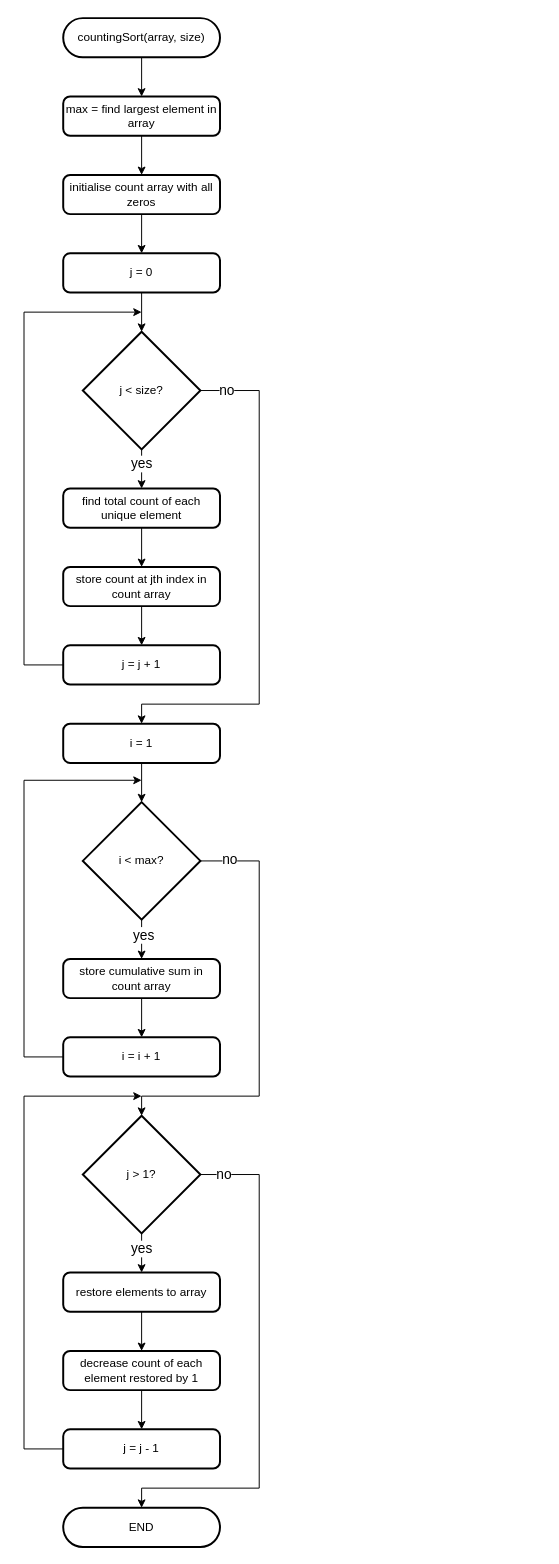
Earlier version of the draw.io diagram page "counting sort" (3 of 4) of flowcharts.drawio (whatusernameisleft/ds-assignment). Source tidied: cells renumbered, new cells numbered last; positions are measured from the earlier drawing's top-left corner, leaving out a move shared by most shapes. Both pictures are drawn from the tidied source at 98%, with x=0, y=0 at pixel (24, 18).
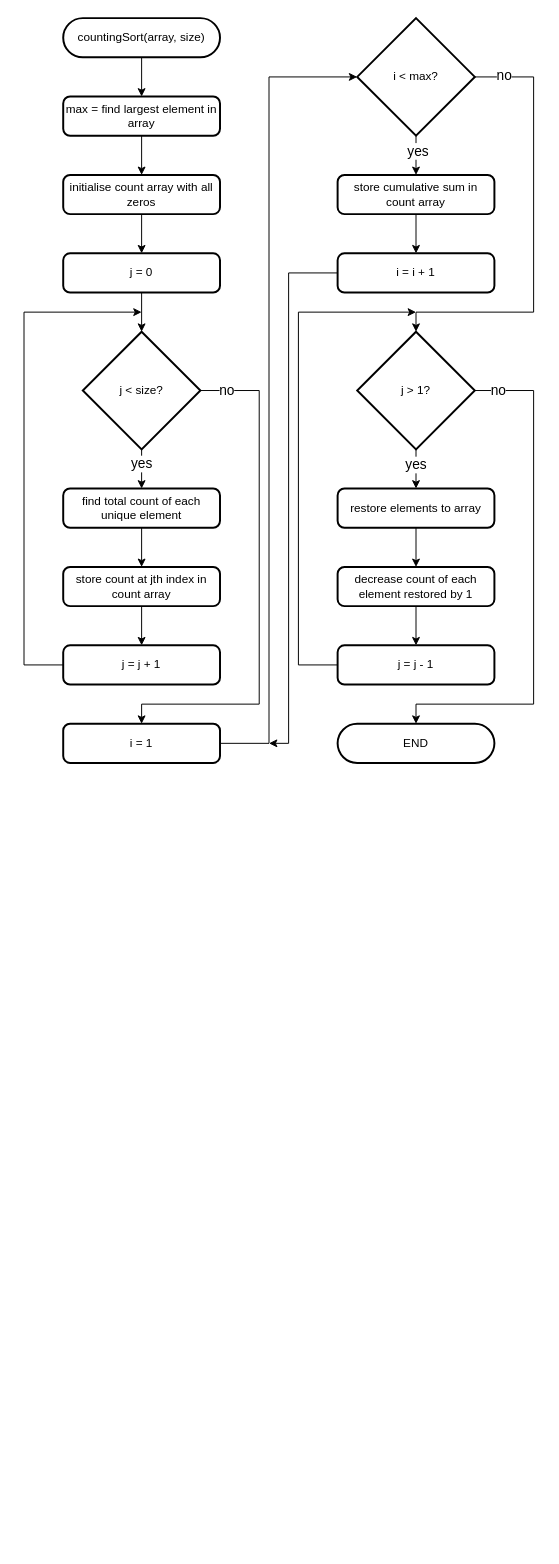
The same page after the edit.

Unchanged cells that the change refers to:
```xml
<mxCell id="22" value="i = 1" style="rounded=1;whiteSpace=wrap;html=1;absoluteArcSize=1;arcSize=14;strokeWidth=2;" parent="1" vertex="1">
  <mxGeometry x="40" y="720" width="160" height="40" as="geometry" />
</mxCell>
```

Change to the diagram source:
```diff
@@
-    <mxCell id="21" style="edgeStyle=orthogonalEdgeStyle;rounded=0;jettySize=auto;html=1;" parent="1" edge="1" source="22" target="27">
-      <mxGeometry relative="1" as="geometry" />
+    <mxCell id="21" style="edgeStyle=orthogonalEdgeStyle;rounded=0;jettySize=auto;html=1;exitX=1;exitY=0.5;exitDx=0;exitDy=0;" parent="1" edge="1" source="22" target="27">
+      <mxGeometry relative="1" as="geometry">
+        <Array as="points">
+          <mxPoint x="250" y="740" />
+          <mxPoint x="250" y="60" />
+        </Array>
+      </mxGeometry>
     </mxCell>
@@
     <mxCell id="25" style="edgeStyle=orthogonalEdgeStyle;rounded=0;jettySize=auto;html=1;exitX=1;exitY=0.5;exitDx=0;exitDy=0;exitPerimeter=0;entryX=0.5;entryY=0;entryDx=0;entryDy=0;entryPerimeter=0;" parent="1" edge="1" source="27" target="36">
       <mxGeometry relative="1" as="geometry">
         <Array as="points">
-          <mxPoint x="240" y="860" />
-          <mxPoint x="240" y="1100" />
-          <mxPoint x="120" y="1100" />
+          <mxPoint x="520" y="60" />
+          <mxPoint x="520" y="300" />
+          <mxPoint x="400" y="300" />
         </Array>
       </mxGeometry>
     </mxCell>
@@
     <mxCell id="27" value="i &amp;lt; max?" style="strokeWidth=2;html=1;shape=mxgraph.flowchart.decision;whiteSpace=wrap;" parent="1" vertex="1">
-      <mxGeometry x="60" y="800" width="120" height="120" as="geometry" />
+      <mxGeometry x="340" width="120" height="120" as="geometry" />
     </mxCell>
@@
     <mxCell id="29" value="store cumulative sum in count array" style="rounded=1;whiteSpace=wrap;html=1;absoluteArcSize=1;arcSize=14;strokeWidth=2;" parent="1" vertex="1">
-      <mxGeometry x="40" y="960" width="160" height="40" as="geometry" />
+      <mxGeometry x="320" y="160" width="160" height="40" as="geometry" />
     </mxCell>
     <mxCell id="30" style="edgeStyle=orthogonalEdgeStyle;rounded=0;jettySize=auto;html=1;exitX=0;exitY=0.5;exitDx=0;exitDy=0;" parent="1" edge="1" source="31">
       <mxGeometry relative="1" as="geometry">
-        <mxPoint x="120" y="777.7" as="targetPoint" />
+        <mxPoint x="250" y="740" as="targetPoint" />
         <Array as="points">
-          <mxPoint y="1060" />
-          <mxPoint y="778" />
+          <mxPoint x="270" y="260" />
+          <mxPoint x="270" y="740" />
         </Array>
       </mxGeometry>
     </mxCell>
     <mxCell id="31" value="i = i + 1" style="rounded=1;whiteSpace=wrap;html=1;absoluteArcSize=1;arcSize=14;strokeWidth=2;" parent="1" vertex="1">
-      <mxGeometry x="40" y="1040" width="160" height="40" as="geometry" />
+      <mxGeometry x="320" y="240" width="160" height="40" as="geometry" />
     </mxCell>
@@
     <mxCell id="34" style="edgeStyle=orthogonalEdgeStyle;rounded=0;jettySize=auto;html=1;exitX=1;exitY=0.5;exitDx=0;exitDy=0;exitPerimeter=0;entryX=0.5;entryY=0.5;entryDx=0;entryDy=-20;entryPerimeter=0;" parent="1" edge="1" source="36" target="41">
       <mxGeometry relative="1" as="geometry">
         <Array as="points">
-          <mxPoint x="240" y="1180" />
-          <mxPoint x="240" y="1500" />
-          <mxPoint x="120" y="1500" />
+          <mxPoint x="520" y="380" />
+          <mxPoint x="520" y="700" />
+          <mxPoint x="400" y="700" />
         </Array>
       </mxGeometry>
     </mxCell>
@@
     <mxCell id="36" value="j &amp;gt; 1?" style="strokeWidth=2;html=1;shape=mxgraph.flowchart.decision;whiteSpace=wrap;" parent="1" vertex="1">
-      <mxGeometry x="60" y="1120" width="120" height="120" as="geometry" />
+      <mxGeometry x="340" y="320" width="120" height="120" as="geometry" />
     </mxCell>
@@
     <mxCell id="38" value="restore elements to array" style="rounded=1;whiteSpace=wrap;html=1;absoluteArcSize=1;arcSize=14;strokeWidth=2;" parent="1" vertex="1">
-      <mxGeometry x="40" y="1280" width="160" height="40" as="geometry" />
+      <mxGeometry x="320" y="480" width="160" height="40" as="geometry" />
     </mxCell>
@@
     <mxCell id="40" value="decrease count of each element restored by 1" style="rounded=1;whiteSpace=wrap;html=1;absoluteArcSize=1;arcSize=14;strokeWidth=2;" parent="1" vertex="1">
-      <mxGeometry x="40" y="1360" width="160" height="40" as="geometry" />
+      <mxGeometry x="320" y="560" width="160" height="40" as="geometry" />
     </mxCell>
     <mxCell id="41" value="END" style="html=1;dashed=0;whiteSpace=wrap;shape=mxgraph.dfd.start;strokeWidth=2;" parent="1" vertex="1">
-      <mxGeometry x="40" y="1520" width="160" height="40" as="geometry" />
+      <mxGeometry x="320" y="720" width="160" height="40" as="geometry" />
     </mxCell>
     <mxCell id="42" style="edgeStyle=orthogonalEdgeStyle;rounded=0;jettySize=auto;html=1;exitX=0;exitY=0.5;exitDx=0;exitDy=0;" parent="1" edge="1" source="43">
       <mxGeometry relative="1" as="geometry">
-        <mxPoint x="120" y="1100" as="targetPoint" />
+        <mxPoint x="400" y="300" as="targetPoint" />
         <Array as="points">
-          <mxPoint y="1460" />
-          <mxPoint y="1100" />
+          <mxPoint x="280" y="660" />
+          <mxPoint x="280" y="300" />
         </Array>
       </mxGeometry>
     </mxCell>
     <mxCell id="43" value="j = j - 1" style="rounded=1;whiteSpace=wrap;html=1;absoluteArcSize=1;arcSize=14;strokeWidth=2;" parent="1" vertex="1">
-      <mxGeometry x="40" y="1440" width="160" height="40" as="geometry" />
+      <mxGeometry x="320" y="640" width="160" height="40" as="geometry" />
     </mxCell>
```
